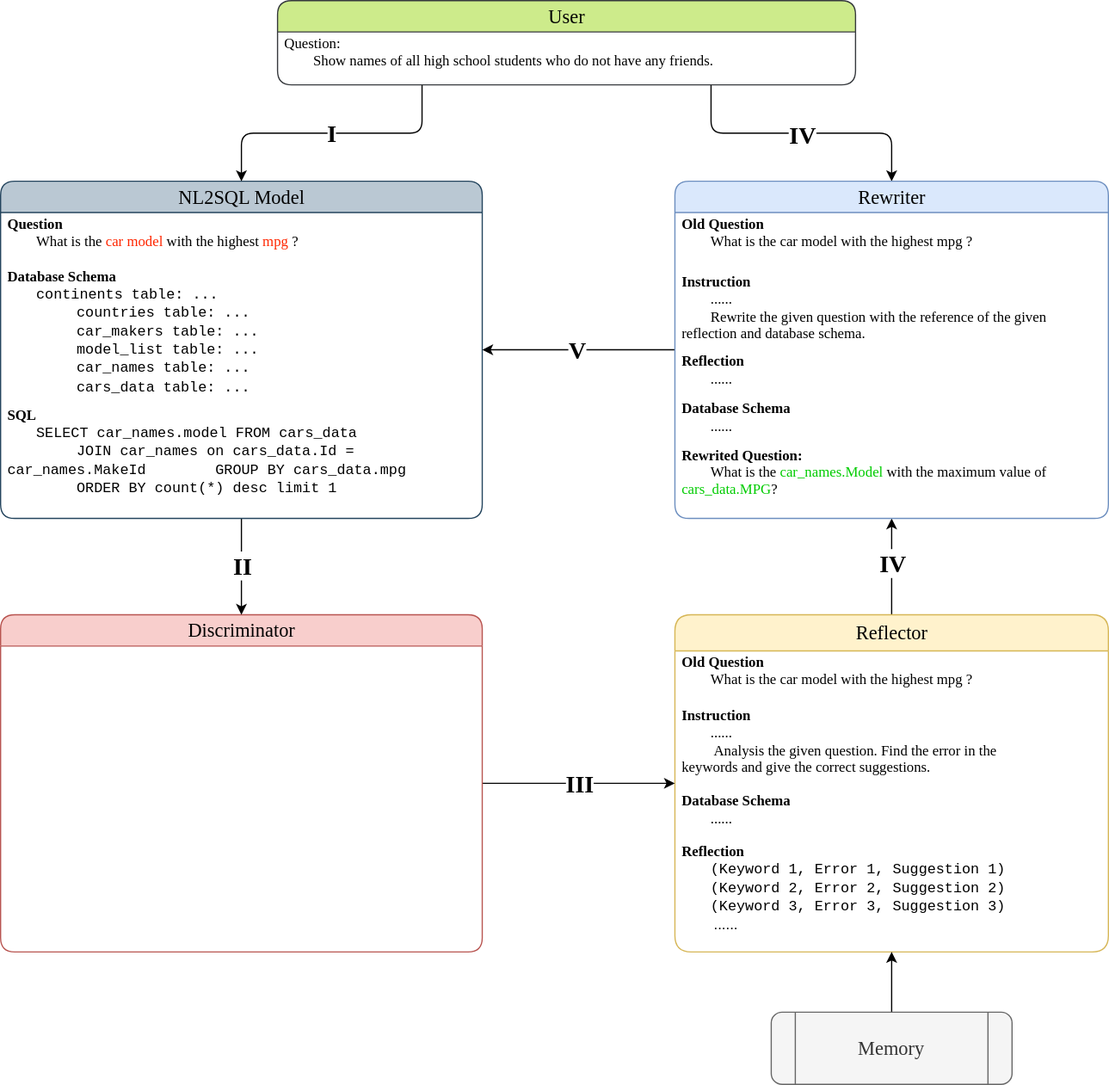
Above: rewriter_agents_v240513.drawio.svg in MPX0222/Research-Design-Space (draw.io), before the change. Source tidied: cells renumbered, new cells last; positions are measured from the earlier drawing's top-left corner, leaving out a move shared by most shapes.
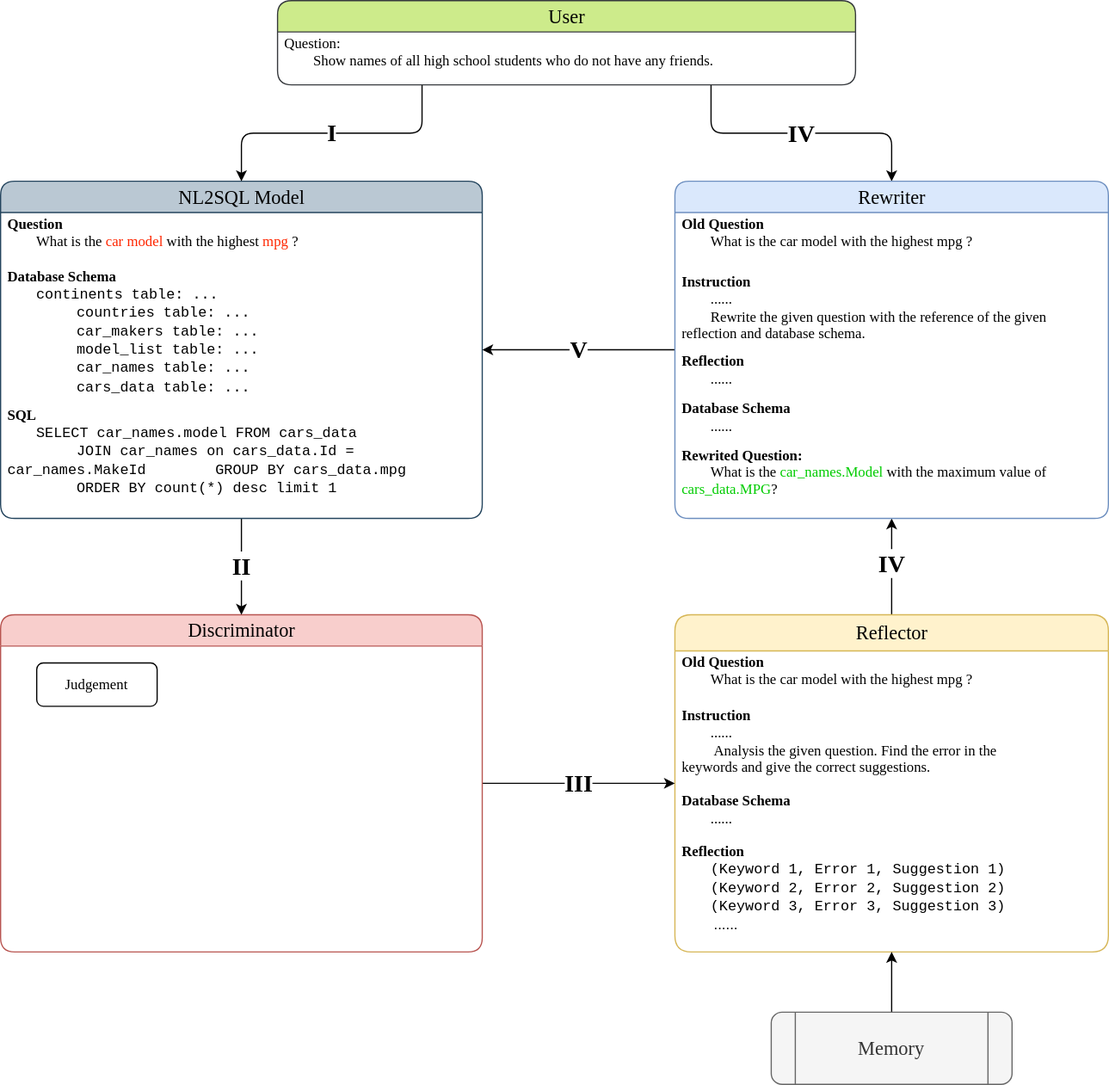
After the change.

The edit, as a diff of the source:
```diff
@@ -35,6 +35,9 @@
     <mxCell id="12" style="swimlane;startSize=0;horizontal=1;containerType=tree;newEdgeStyle={&quot;edgeStyle&quot;:&quot;elbowEdgeStyle&quot;,&quot;startArrow&quot;:&quot;none&quot;,&quot;endArrow&quot;:&quot;none&quot;};strokeColor=none;rounded=1;" parent="11" vertex="1">
       <mxGeometry y="26" width="400" height="254" as="geometry" />
     </mxCell>
+    <mxCell id="35" value="&lt;font face=&quot;Verdana&quot;&gt;Judgement&lt;/font&gt;" style="whiteSpace=wrap;html=1;align=center;newEdgeStyle={&quot;edgeStyle&quot;:&quot;elbowEdgeStyle&quot;,&quot;startArrow&quot;:&quot;none&quot;,&quot;endArrow&quot;:&quot;none&quot;};rounded=1;" parent="12" vertex="1">
+      <mxGeometry x="30" y="14" width="100" height="36" as="geometry" />
+    </mxCell>
     <mxCell id="13" style="edgeStyle=orthogonalEdgeStyle;rounded=1;jettySize=auto;html=1;exitX=0.5;exitY=1;exitDx=0;exitDy=0;entryX=0.5;entryY=0;entryDx=0;entryDy=0;" parent="1" edge="1" source="15" target="11">
       <mxGeometry relative="1" as="geometry" />
     </mxCell>
```
